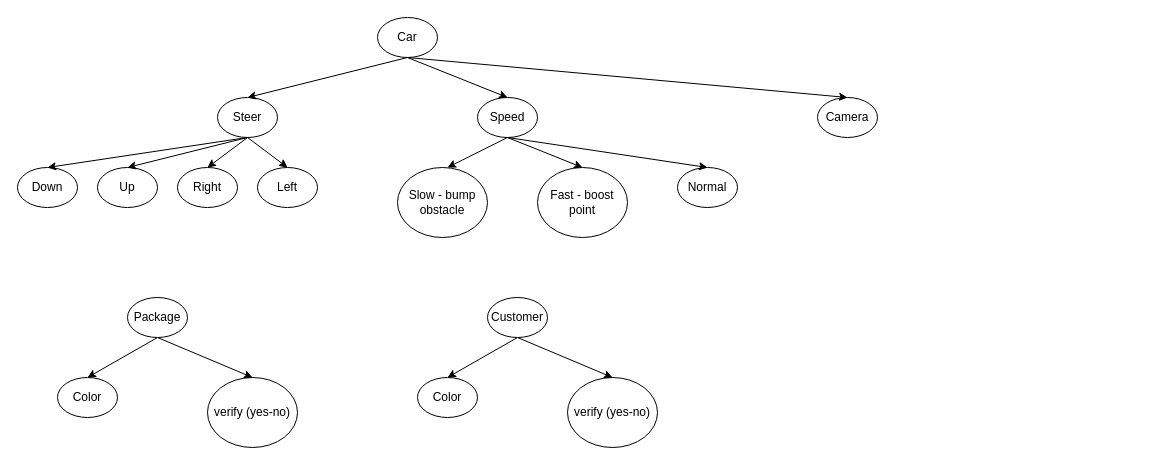
The draw.io diagram Game Logic.drawio in HungBuii/Car-Delivery-Mini-Game, before the edit. Source tidied: cells renumbered, new cells numbered last; positions are measured from the earlier drawing's top-left corner, leaving out a move shared by most shapes. Both pictures are drawn from the tidied source at 100%, with x=0, y=0 at pixel (17, 17).
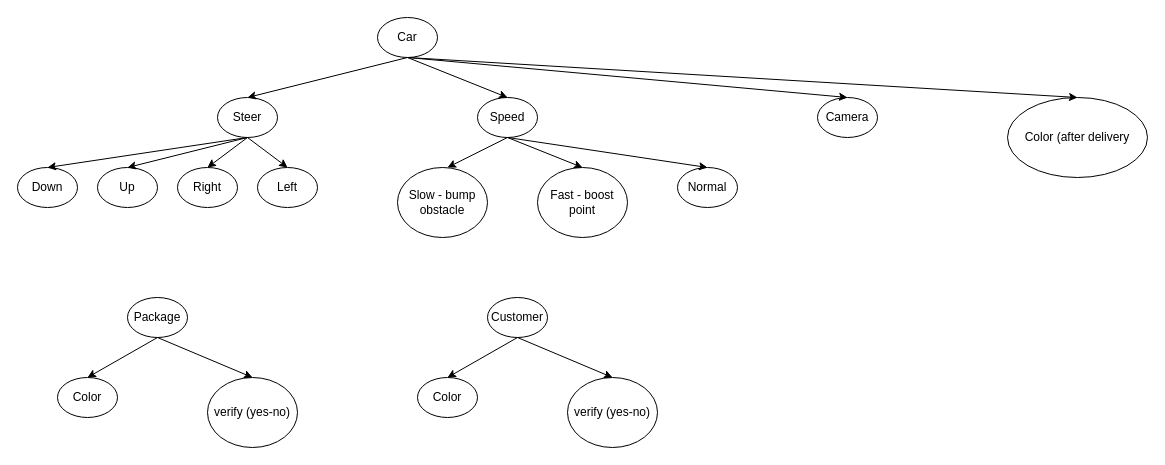
Above is the later version.

Unchanged cells that the change refers to:
```xml
<mxCell id="2" value="Car" style="ellipse;whiteSpace=wrap;html=1;" parent="1" vertex="1">
  <mxGeometry x="360" width="60" height="40" as="geometry" />
</mxCell>
```

The edit, as a diff of the source:
```diff
@@
+    <mxCell id="33" value="Color (after delivery" style="ellipse;whiteSpace=wrap;html=1;" parent="1" vertex="1">
+      <mxGeometry x="990" y="80" width="140" height="80" as="geometry" />
+    </mxCell>
+    <mxCell id="34" style="endArrow=classic;html=1;rounded=0;exitX=0.5;exitY=1;exitDx=0;exitDy=0;entryX=0.5;entryY=0;entryDx=0;entryDy=0;" parent="1" edge="1" source="2" target="33">
+      <mxGeometry relative="1" as="geometry" />
+    </mxCell>
```
